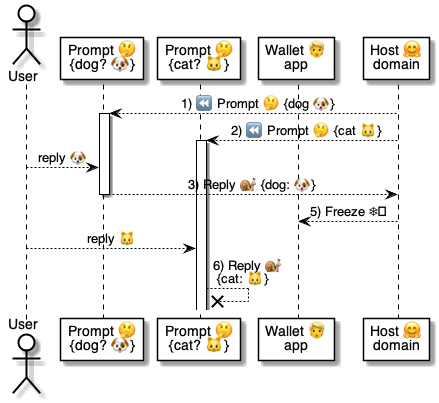
Before: 5 ⏩ Flows/50 🤗⏩ Hosts/.📎 Assets/⚙️❄️ Freeze.png, a diagram exported from PlantUML (pollyweb-org/pollyweb-docs). Its source is kept beside it as 5 ⏩ Flows/50 🤗⏩ Hosts/.📎 Assets/⚙️❄️ Freeze.puml. Its diagram source:
```plantuml
@startuml Goodbye

actor "User" as user
participant "Prompt 🤔\n{dog? 🐶}" as dog
participant "Prompt 🤔\n{cat? 🐱}" as cat
participant "Wallet 👱\napp" as wallet
participant "Host 🤗\ndomain" as host

host --> dog: 1) ⏪ Prompt 🤔 {dog 🐶}
activate dog

host --> cat: 2) ⏪ Prompt 🤔 {cat 🐱}
activate cat

user --> dog: reply 🐶
dog --> host: 3) Reply 🐌 {dog: 🐶}
deactivate dog


host --> wallet: 5) Freeze ❄️

user --> cat: reply 🐱
cat -->x cat : 6) Reply 🐌 \n {cat: 🐱}

@enduml
```
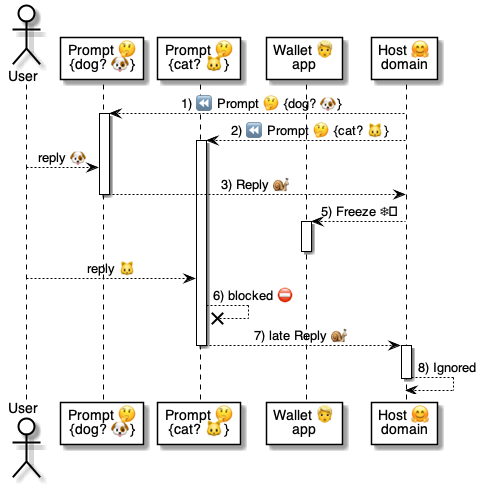
Above is the later version.

The edit, as a diff of the source:
```diff
@@ -1,25 +1,35 @@
 @startuml Goodbye
 
 actor "User" as user
+
 participant "Prompt 🤔\n{dog? 🐶}" as dog
 participant "Prompt 🤔\n{cat? 🐱}" as cat
 participant "Wallet 👱\napp" as wallet
+
 participant "Host 🤗\ndomain" as host
 
-host --> dog: 1) ⏪ Prompt 🤔 {dog 🐶}
+host --> dog: 1) ⏪ Prompt 🤔 {dog? 🐶}
 activate dog
 
-host --> cat: 2) ⏪ Prompt 🤔 {cat 🐱}
+host --> cat: 2) ⏪ Prompt 🤔 {cat? 🐱}
 activate cat
 
 user --> dog: reply 🐶
-dog --> host: 3) Reply 🐌 {dog: 🐶}
+dog --> host: 3) Reply 🐌
 deactivate dog
 
 
 host --> wallet: 5) Freeze ❄️
+activate wallet
+deactivate wallet
 
 user --> cat: reply 🐱
-cat -->x cat : 6) Reply 🐌 \n {cat: 🐱}
+cat -->x cat : 6) blocked ⛔
+cat --> host: 7) late Reply 🐌
+deactivate cat
+
+activate host
+    host --> host: 8) Ignored
+deactivate host
 
 @enduml
```
